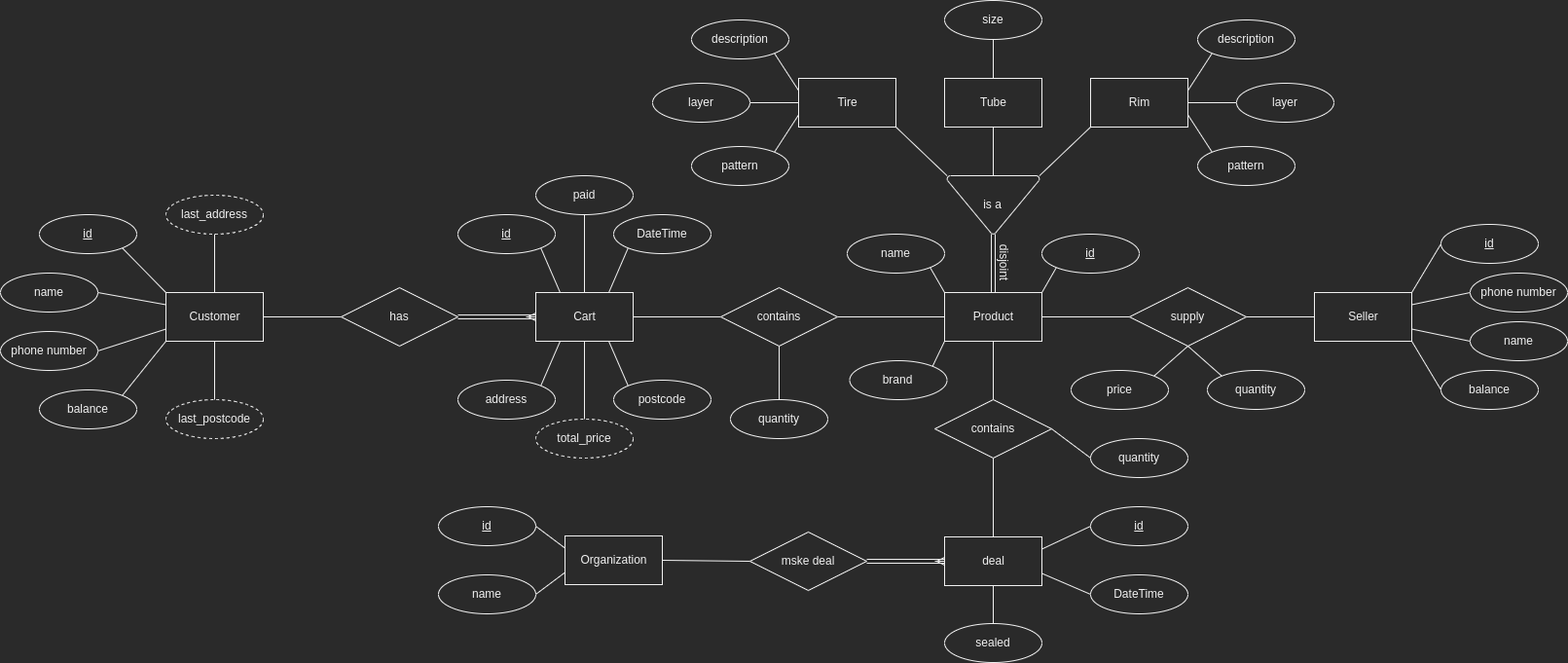
Before: E-R.png, a diagram exported from draw.io (paniztgp2002/tire-shop). Source tidied: cells renumbered, new cells last; positions are measured from the earlier drawing's top-left corner, leaving out a move shared by most shapes.
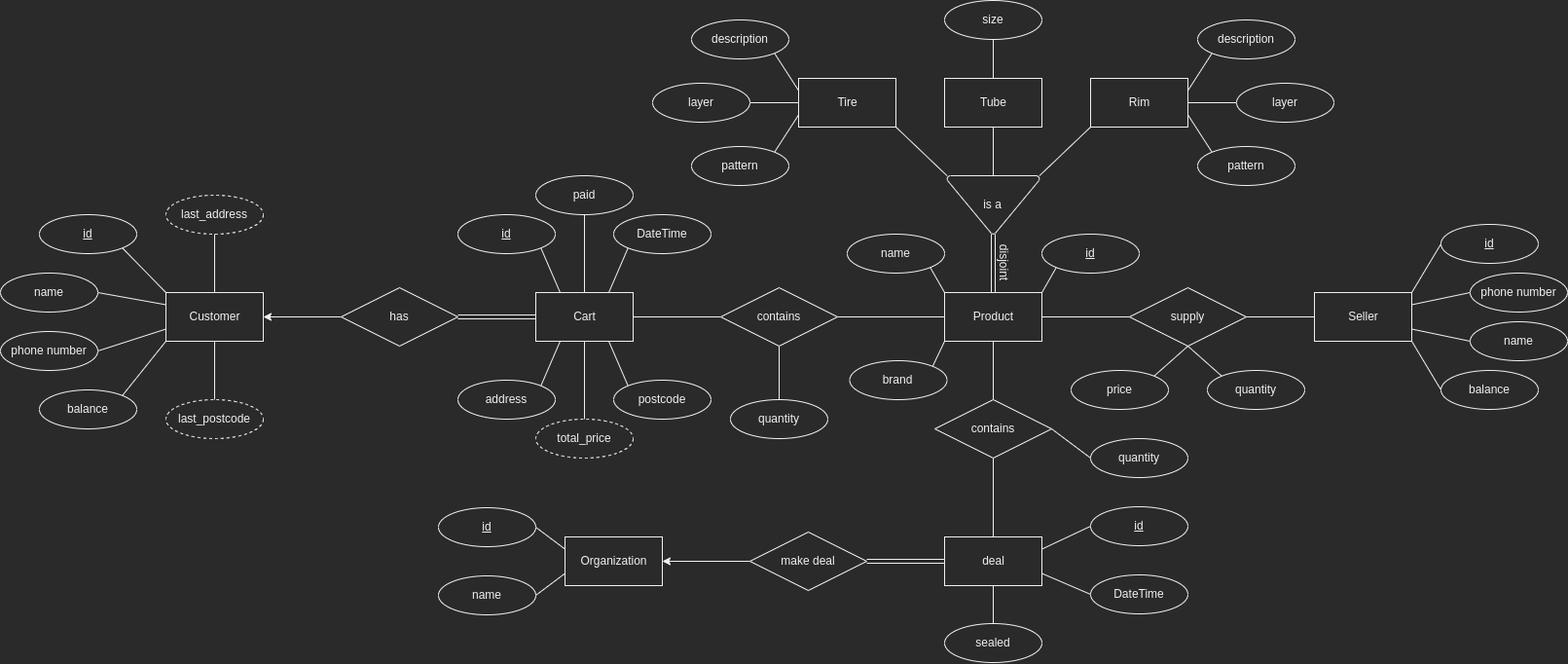
The same file after the commit.

The edit, as a diff of the source:
```diff
@@ -38,18 +38,18 @@
     <mxCell id="13" value="supply" style="shape=rhombus;perimeter=rhombusPerimeter;whiteSpace=wrap;html=1;align=center;" parent="1" vertex="1">
       <mxGeometry x="1160" y="295" width="120" height="60" as="geometry" />
     </mxCell>
-    <mxCell id="14" style="edgeStyle=orthogonalEdgeStyle;rounded=0;jettySize=auto;html=1;endArrow=none;endFill=0;exitX=0;exitY=0.5;exitDx=0;exitDy=0;entryX=1;entryY=0.5;entryDx=0;entryDy=0;" parent="1" edge="1" source="15" target="8">
+    <mxCell id="14" style="edgeStyle=orthogonalEdgeStyle;rounded=0;jettySize=auto;html=1;" parent="1" edge="1" source="15" target="8">
       <mxGeometry relative="1" as="geometry" />
     </mxCell>
     <mxCell id="15" value="has" style="shape=rhombus;perimeter=rhombusPerimeter;whiteSpace=wrap;html=1;align=center;" parent="1" vertex="1">
       <mxGeometry x="350" y="295" width="120" height="60" as="geometry" />
     </mxCell>
+    <mxCell id="104" style="edgeStyle=orthogonalEdgeStyle;rounded=0;jettySize=auto;html=1;" parent="1" edge="1" source="16" target="20">
+      <mxGeometry relative="1" as="geometry" />
+    </mxCell>
-    <mxCell id="16" value="mske deal" style="shape=rhombus;perimeter=rhombusPerimeter;whiteSpace=wrap;html=1;align=center;" parent="1" vertex="1">
+    <mxCell id="16" value="make deal" style="shape=rhombus;perimeter=rhombusPerimeter;whiteSpace=wrap;html=1;align=center;" parent="1" vertex="1">
       <mxGeometry x="770" y="546" width="120" height="60" as="geometry" />
     </mxCell>
-    <mxCell id="17" style="rounded=0;jettySize=auto;html=1;endArrow=none;endFill=0;entryX=0;entryY=0.5;entryDx=0;entryDy=0;exitX=1;exitY=0.5;exitDx=0;exitDy=0;" parent="1" edge="1" source="20" target="16">
-      <mxGeometry relative="1" as="geometry" />
-    </mxCell>
     <mxCell id="18" style="edgeStyle=none;rounded=1;jettySize=auto;html=1;exitX=0;exitY=0.25;exitDx=0;exitDy=0;entryX=1;entryY=0.5;entryDx=0;entryDy=0;endArrow=none;endFill=0;" parent="1" edge="1" source="20" target="42">
       <mxGeometry relative="1" as="geometry" />
     </mxCell>
@@ -57,7 +57,7 @@
       <mxGeometry relative="1" as="geometry" />
     </mxCell>
     <mxCell id="20" value="Organization" style="html=1;dashed=0;whitespace=wrap;" parent="1" vertex="1">
-      <mxGeometry x="580" y="550" width="100" height="50" as="geometry" />
+      <mxGeometry x="580" y="551" width="100" height="50" as="geometry" />
     </mxCell>
     <mxCell id="21" style="rounded=0;jettySize=auto;html=1;exitX=1;exitY=0;exitDx=0;exitDy=0;endArrow=none;endFill=0;entryX=0.25;entryY=1;entryDx=0;entryDy=0;" parent="1" edge="1" source="22" target="12">
       <mxGeometry relative="1" as="geometry" />
@@ -120,10 +120,10 @@
       <mxGeometry y="280" width="100" height="40" as="geometry" />
     </mxCell>
     <mxCell id="41" value="name" style="ellipse;whiteSpace=wrap;html=1;align=center;" parent="1" vertex="1">
-      <mxGeometry x="450" y="590" width="100" height="40" as="geometry" />
+      <mxGeometry x="450" y="591" width="100" height="40" as="geometry" />
     </mxCell>
     <mxCell id="42" value="id" style="ellipse;whiteSpace=wrap;html=1;align=center;fontStyle=4;" parent="1" vertex="1">
-      <mxGeometry x="450" y="520" width="100" height="40" as="geometry" />
+      <mxGeometry x="450" y="521" width="100" height="40" as="geometry" />
     </mxCell>
     <mxCell id="43" style="edgeStyle=none;rounded=1;jettySize=auto;html=1;exitX=0;exitY=0.5;exitDx=0;exitDy=0;entryX=1;entryY=1;entryDx=0;entryDy=0;endArrow=none;endFill=0;" parent="1" edge="1" source="44" target="2">
       <mxGeometry relative="1" as="geometry" />
@@ -266,16 +266,6 @@
     <mxCell id="89" style="fontSize=12;html=1;endArrow=ERmany;rounded=0;entryX=0;entryY=0.5;entryDx=0;entryDy=0;exitX=1;exitY=0.5;exitDx=0;exitDy=0;shape=link;" parent="1" edge="1" source="15" target="12">
       <mxGeometry relative="1" as="geometry" />
     </mxCell>
-    <mxCell id="90" style="fontSize=12;html=1;endArrow=ERmany;rounded=0;entryX=0;entryY=0.5;entryDx=0;entryDy=0;" parent="1" edge="1" target="12">
-      <mxGeometry relative="1" as="geometry">
-        <mxPoint x="540" y="325" as="sourcePoint" />
-      </mxGeometry>
-    </mxCell>
-    <mxCell id="91" style="fontSize=12;html=1;endArrow=ERmany;rounded=0;entryX=0;entryY=0.5;entryDx=0;entryDy=0;" parent="1" edge="1" target="72">
-      <mxGeometry relative="1" as="geometry">
-        <mxPoint x="960" y="576" as="sourcePoint" />
-      </mxGeometry>
-    </mxCell>
     <mxCell id="92" style="endArrow=none;html=1;rounded=0;entryX=0;entryY=0;entryDx=0;entryDy=0;exitX=0.75;exitY=1;exitDx=0;exitDy=0;" parent="1" edge="1" source="12" target="93">
       <mxGeometry relative="1" as="geometry" />
     </mxCell>
```
